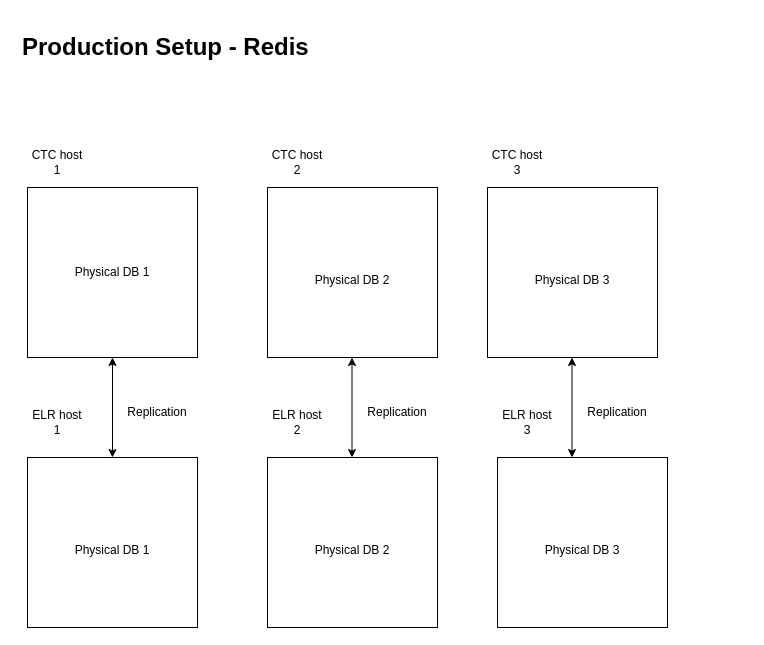
anshuldevmehta/RandomDiagrams keeps this draw.io diagram as Redis Cache Layout Prod.drawio. Above is the earlier version. Source tidied: cells renumbered, new cells numbered last; positions are measured from the earlier drawing's top-left corner, leaving out a move shared by most shapes. Both pictures are drawn from the tidied source at 100%, with x=0, y=0 at pixel (17, 27).
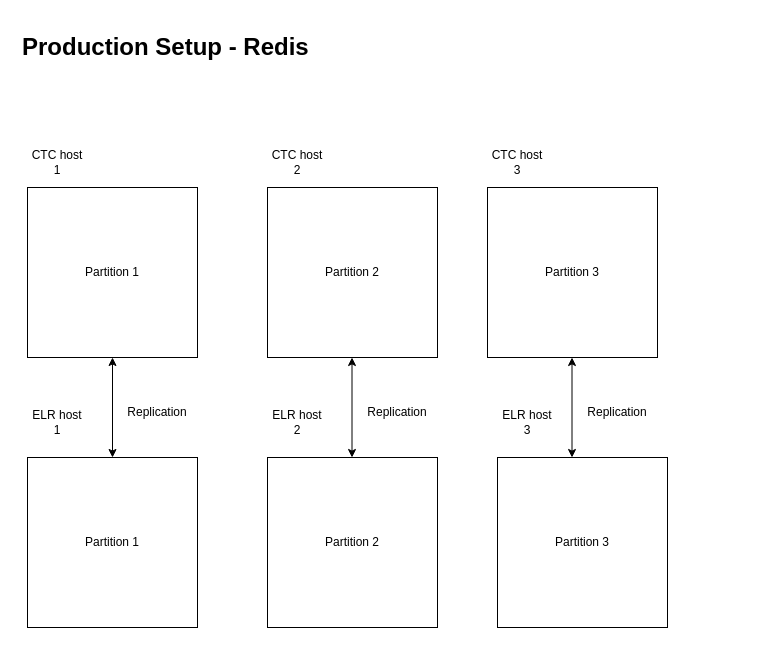
The same diagram, later.

What changed in the source:
```diff
@@
-    <mxCell id="2" value="Physical DB 1" style="whiteSpace=wrap;html=1;" parent="1" vertex="1">
+    <mxCell id="2" value="Partition 1" style="whiteSpace=wrap;html=1;" parent="1" vertex="1">
       <mxGeometry x="10" y="160" width="170" height="170" as="geometry" />
     </mxCell>
-    <mxCell id="3" value="&lt;br&gt;Physical DB 2" style="whiteSpace=wrap;html=1;" parent="1" vertex="1">
+    <mxCell id="3" value="Partition 2" style="whiteSpace=wrap;html=1;" parent="1" vertex="1">
       <mxGeometry x="250" y="160" width="170" height="170" as="geometry" />
     </mxCell>
-    <mxCell id="4" value="&lt;br&gt;Physical DB 3" style="whiteSpace=wrap;html=1;" parent="1" vertex="1">
+    <mxCell id="4" value="Partition 3" style="whiteSpace=wrap;html=1;" parent="1" vertex="1">
       <mxGeometry x="470" y="160" width="170" height="170" as="geometry" />
     </mxCell>
-    <mxCell id="5" value="&lt;br&gt;Physical DB 1&lt;br&gt;" style="whiteSpace=wrap;html=1;" parent="1" vertex="1">
+    <mxCell id="5" value="Partition 1" style="whiteSpace=wrap;html=1;" parent="1" vertex="1">
       <mxGeometry x="10" y="430" width="170" height="170" as="geometry" />
     </mxCell>
-    <mxCell id="6" value="&lt;br&gt;Physical DB 2" style="whiteSpace=wrap;html=1;" parent="1" vertex="1">
+    <mxCell id="6" value="Partition 2" style="whiteSpace=wrap;html=1;" parent="1" vertex="1">
       <mxGeometry x="250" y="430" width="170" height="170" as="geometry" />
     </mxCell>
-    <mxCell id="7" value="&lt;br&gt;Physical DB 3" style="whiteSpace=wrap;html=1;" parent="1" vertex="1">
+    <mxCell id="7" value="Partition 3" style="whiteSpace=wrap;html=1;" parent="1" vertex="1">
       <mxGeometry x="480" y="430" width="170" height="170" as="geometry" />
     </mxCell>
```
